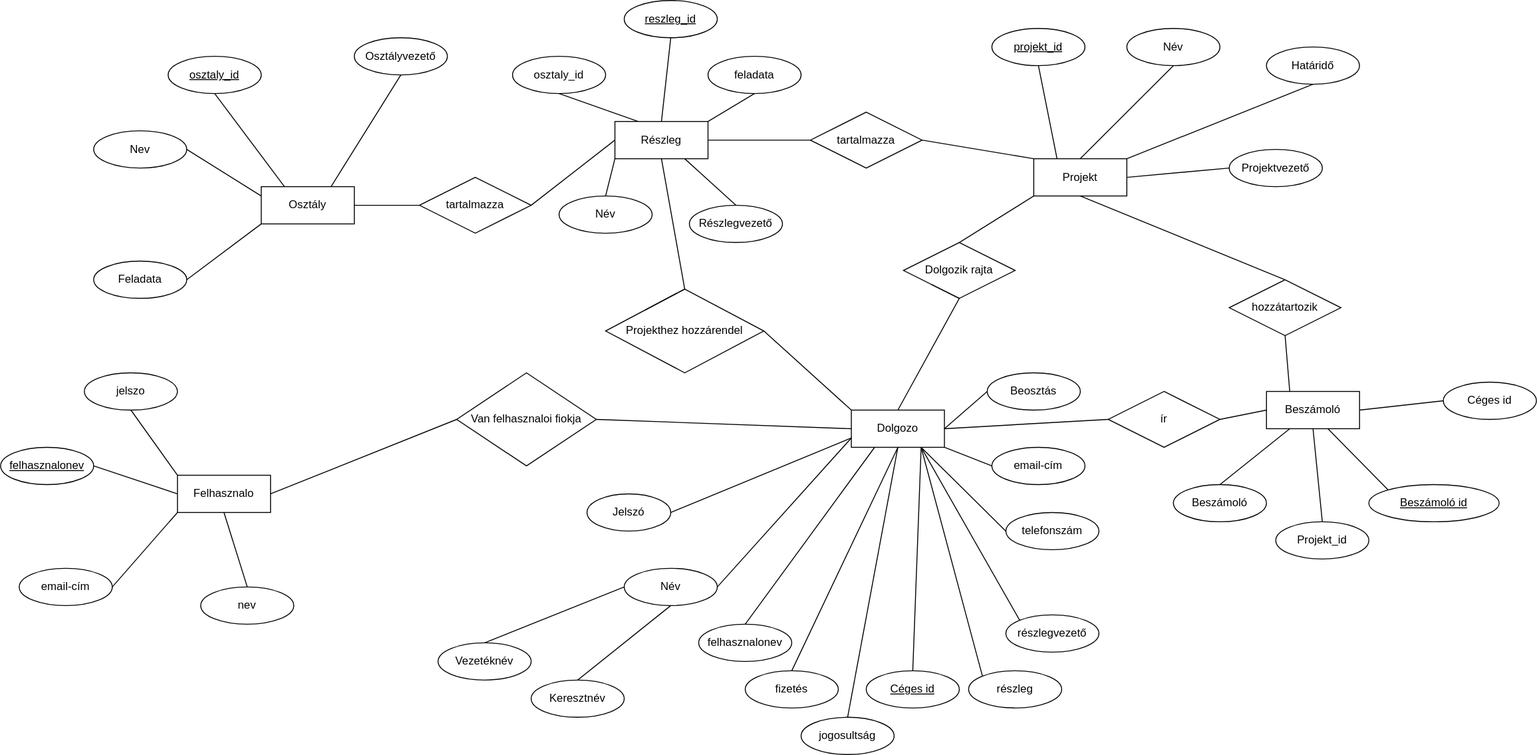
This is adatb.drawio.svg from Alfonz33/adatbazis-projektmunka, a draw.io export, as it was before one commit. Source tidied: cells renumbered, new cells last; positions are measured from the earlier drawing's top-left corner, leaving out a move shared by most shapes.
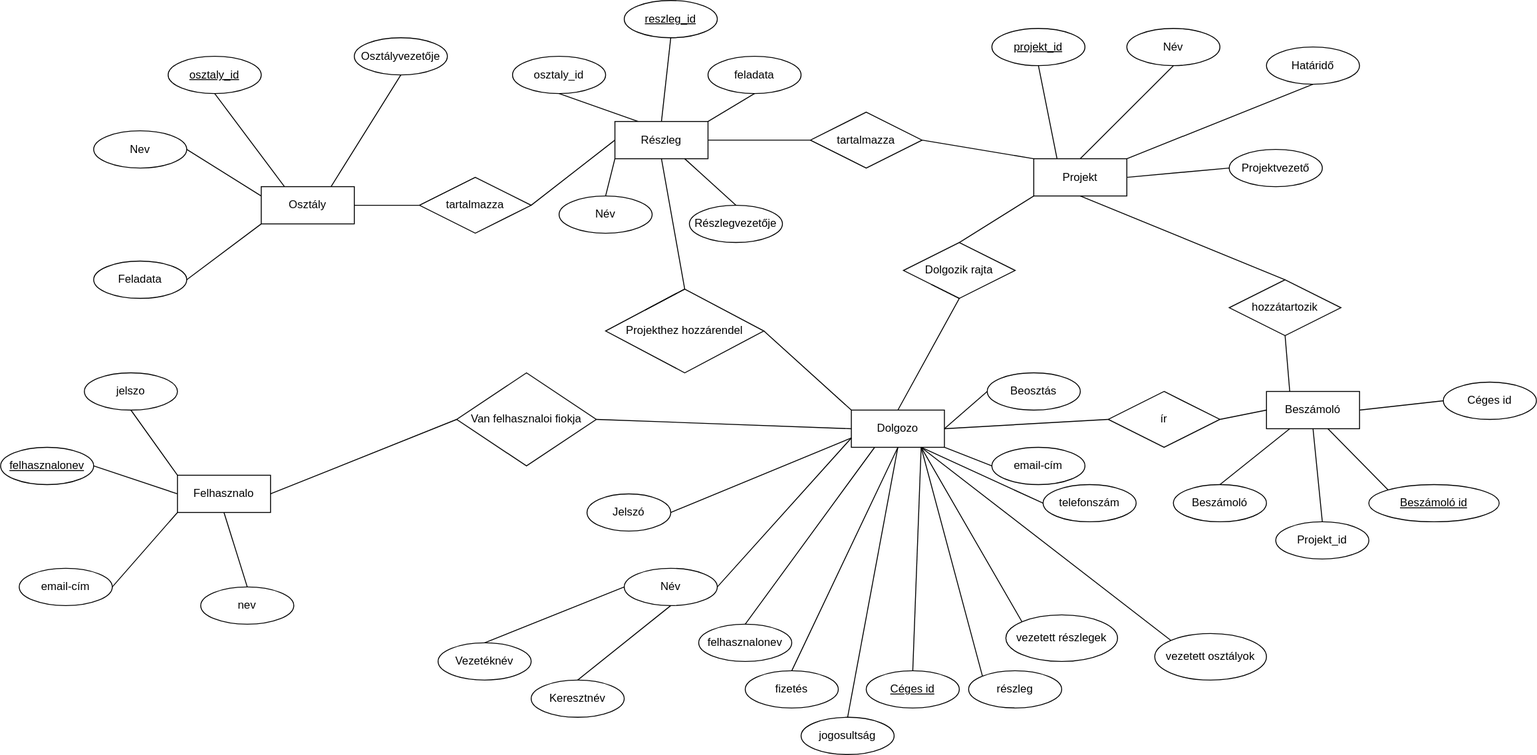
The same file after the commit.

The edit, as a diff of the source:
```diff
@@ -41,7 +41,7 @@
     <mxCell id="14" value="Feladata" style="ellipse;whiteSpace=wrap;html=1;align=center;" parent="1" vertex="1">
       <mxGeometry x="100" y="280" width="100" height="40" as="geometry" />
     </mxCell>
-    <mxCell id="15" value="Részlegvezető" style="ellipse;whiteSpace=wrap;html=1;align=center;" parent="1" vertex="1">
+    <mxCell id="15" value="Részlegvezetője" style="ellipse;whiteSpace=wrap;html=1;align=center;" parent="1" vertex="1">
       <mxGeometry x="740" y="220" width="100" height="40" as="geometry" />
     </mxCell>
     <mxCell id="16" value="Határidő" style="ellipse;whiteSpace=wrap;html=1;align=center;" parent="1" vertex="1">
@@ -199,10 +199,10 @@
       <mxGeometry x="750" y="670" width="100" height="40" as="geometry" />
     </mxCell>
     <mxCell id="66" value="telefonszám" style="ellipse;whiteSpace=wrap;html=1;align=center;" parent="1" vertex="1">
-      <mxGeometry x="1080" y="550" width="100" height="40" as="geometry" />
+      <mxGeometry x="1120" y="520" width="100" height="40" as="geometry" />
     </mxCell>
-    <mxCell id="67" value="részlegvezető&lt;span style=&quot;color: rgba(0, 0, 0, 0); font-family: monospace; font-size: 0px; text-align: start; text-wrap-mode: nowrap;&quot;&gt;%3CmxGraphModel%3E%3Croot%3E%3CmxCell%20id%3D%220%22%2F%3E%3CmxCell%20id%3D%221%22%20parent%3D%220%22%2F%3E%3CmxCell%20id%3D%222%22%20value%3D%22C%C3%A9ges%20azonosit%C3%B3%22%20style%3D%22ellipse%3BwhiteSpace%3Dwrap%3Bhtml%3D1%3Balign%3Dcenter%3BfontStyle%3D4%3B%22%20vertex%3D%221%22%20parent%3D%221%22%3E%3CmxGeometry%20x%3D%22290%22%20y%3D%22480%22%20width%3D%22100%22%20height%3D%2240%22%20as%3D%22geometry%22%2F%3E%3C%2FmxCell%3E%3C%2Froot%3E%3C%2FmxGraphModel%3E&lt;/span&gt;" style="ellipse;whiteSpace=wrap;html=1;align=center;" parent="1" vertex="1">
-      <mxGeometry x="1080" y="660" width="100" height="40" as="geometry" />
+    <mxCell id="67" value="vezetett részlegek" style="ellipse;whiteSpace=wrap;html=1;align=center;" parent="1" vertex="1">
+      <mxGeometry x="1080" y="660" width="120" height="50" as="geometry" />
     </mxCell>
     <mxCell id="68" value="&lt;div style=&quot;text-align: center;&quot;&gt;&lt;span style=&quot;text-align: start; background-color: initial;&quot;&gt;részleg&lt;/span&gt;&lt;span style=&quot;color: rgba(0, 0, 0, 0); font-family: monospace; font-size: 0px; text-align: start; text-wrap-mode: nowrap; background-color: initial;&quot;&gt;%3CmxGraphModel%3E%3Croot%3E%3CmxCell%20id%3D%220%22%2F%3E%3CmxCell%20id%3D%221%22%20parent%3D%220%22%2F%3E%3CmxCell%20id%3D%222%22%20value%3D%22C%C3%A9ges%20azonosit%C3%B3%22%20style%3D%22ellipse%3BwhiteSpace%3Dwrap%3Bhtml%3D1%3Balign%3Dcenter%3BfontStyle%3D4%3B%22%20vertex%3D%221%22%20parent%3D%221%22%3E%3CmxGeometry%20x%3D%22290%22%20y%3D%22480%22%20width%3D%22100%22%20height%3D%2240%22%20as%3D%22geometry%22%2F%3E%3C%2FmxCell%3E%3C%2Froot%3E%3C%2FmxGraphMod&lt;/span&gt;&lt;/div&gt;" style="ellipse;whiteSpace=wrap;html=1;align=center;" parent="1" vertex="1">
       <mxGeometry x="1040" y="720" width="100" height="40" as="geometry" />
@@ -298,8 +298,14 @@
     <mxCell id="97" style="endArrow=none;html=1;rounded=0;exitX=1;exitY=0.5;exitDx=0;exitDy=0;entryX=0;entryY=0;entryDx=0;entryDy=0;" parent="1" edge="1" source="95" target="2">
       <mxGeometry relative="1" as="geometry" />
     </mxCell>
-    <mxCell id="98" value="Osztályvezető" style="ellipse;whiteSpace=wrap;html=1;align=center;" parent="1" vertex="1">
+    <mxCell id="98" value="Osztályvezetője" style="ellipse;whiteSpace=wrap;html=1;align=center;" parent="1" vertex="1">
       <mxGeometry x="380" y="40" width="100" height="40" as="geometry" />
     </mxCell>
+    <mxCell id="99" value="vezetett osztályok" style="ellipse;whiteSpace=wrap;html=1;align=center;" parent="1" vertex="1">
+      <mxGeometry x="1240" y="680" width="120" height="50" as="geometry" />
+    </mxCell>
+    <mxCell id="100" style="endArrow=none;html=1;rounded=0;exitX=0.75;exitY=1;exitDx=0;exitDy=0;entryX=0;entryY=0;entryDx=0;entryDy=0;" parent="1" edge="1" source="2" target="99">
+      <mxGeometry relative="1" as="geometry" />
+    </mxCell>
   </root>
 </mxGraphModel>
```
